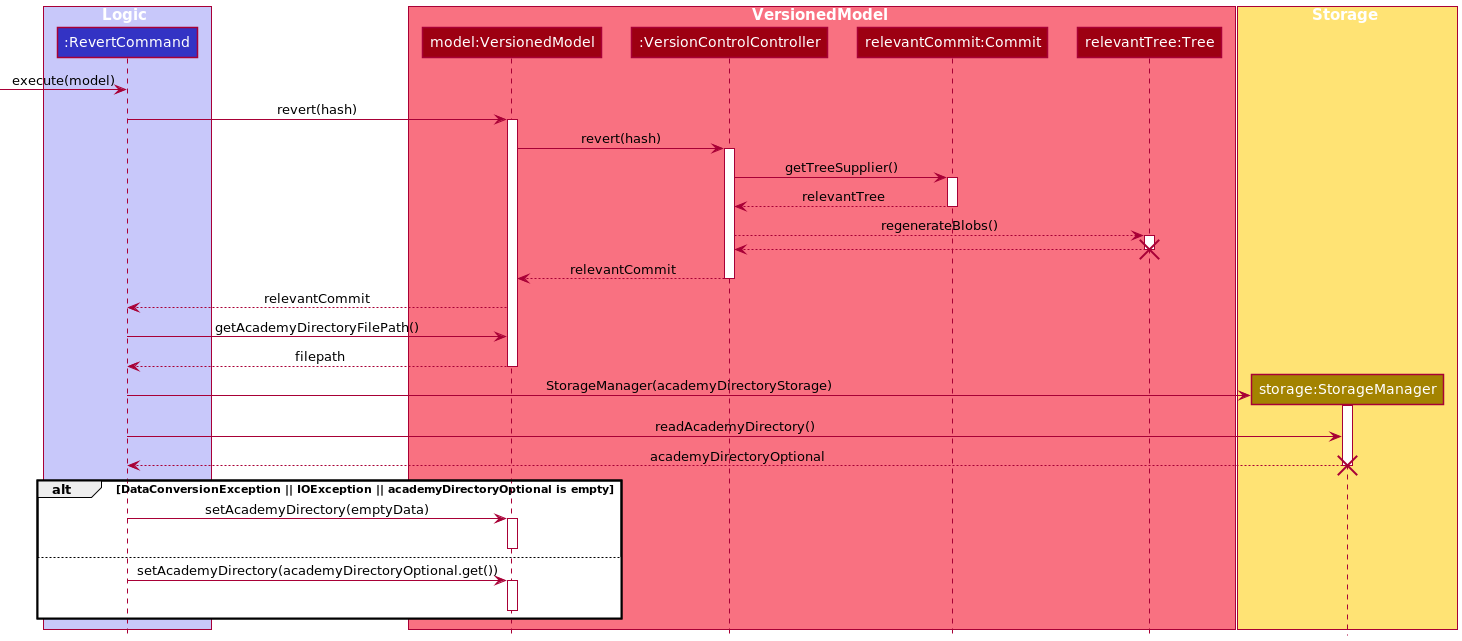
The PlantUML diagram docs/images/dg/logic/commands/revertcommand/RevertCommandSequenceDiagram.png in nus-cs2103-AY2122S1/tp, before a commit.
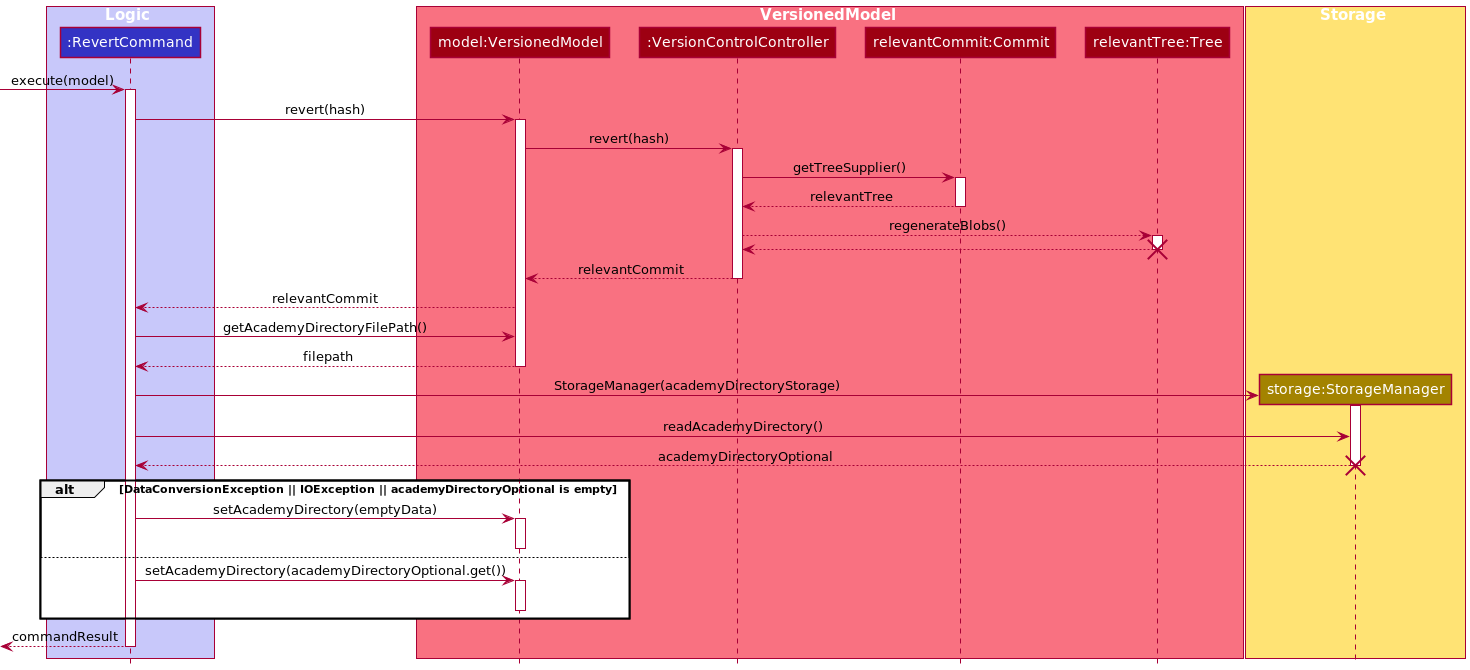
The same diagram one commit later.

Diff of the diagram source:
```diff
@@ -16,7 +16,7 @@
 participant "storage:StorageManager" as StorageManager STORAGE_COLOR
 end box
 
--> revertCommand: execute(model)
+-> revertCommand ++ : execute(model)
 revertCommand -> versionedModel ++ : revert(hash)
 versionedModel -> versionControlController ++ : revert(hash)
 
@@ -45,4 +45,5 @@
     revertCommand -> versionedModel ++ : setAcademyDirectory(academyDirectoryOptional.get())
     deactivate versionedModel
 end
+<-- revertCommand -- : commandResult
 @enduml
```
